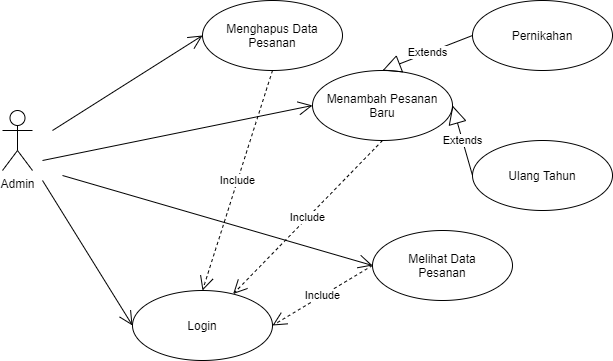
This is use case diagram.png from tegarjoko/Python-GUI-Project, a draw.io export, as it was before one commit. Source tidied: cells renumbered, new cells last; positions are measured from the earlier drawing's top-left corner, leaving out a move shared by most shapes.
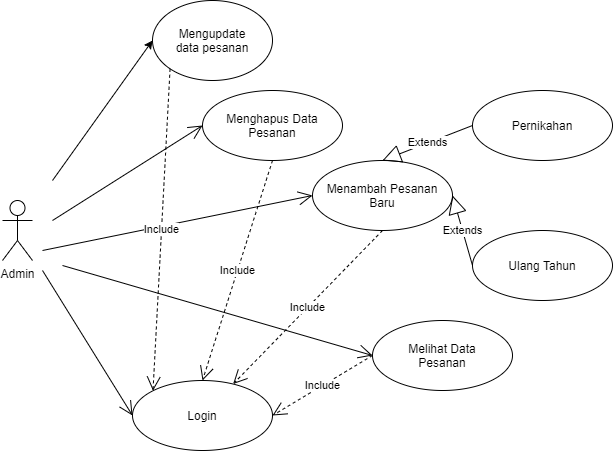
The same file after the commit.

What changed in the source:
```diff
@@ -58,5 +58,16 @@
         <mxPoint x="60" y="175" as="sourcePoint" />
       </mxGeometry>
     </mxCell>
+    <mxCell id="18" value="Mengupdate&lt;br&gt;data pesanan" style="ellipse;whiteSpace=wrap;html=1;" parent="1" vertex="1">
+      <mxGeometry x="150" y="-90" width="120" height="80" as="geometry" />
+    </mxCell>
+    <mxCell id="19" style="endArrow=classic;html=1;rounded=0;entryX=0;entryY=0.5;entryDx=0;entryDy=0;" parent="1" edge="1" target="18">
+      <mxGeometry relative="1" as="geometry">
+        <mxPoint x="50" y="90" as="sourcePoint" />
+      </mxGeometry>
+    </mxCell>
+    <mxCell id="20" value="Include" style="endArrow=open;endSize=12;dashed=1;html=1;rounded=0;exitX=0;exitY=1;exitDx=0;exitDy=0;entryX=0;entryY=0;entryDx=0;entryDy=0;" parent="1" edge="1" source="18" target="4">
+      <mxGeometry relative="1" as="geometry" />
+    </mxCell>
   </root>
 </mxGraphModel>
```
